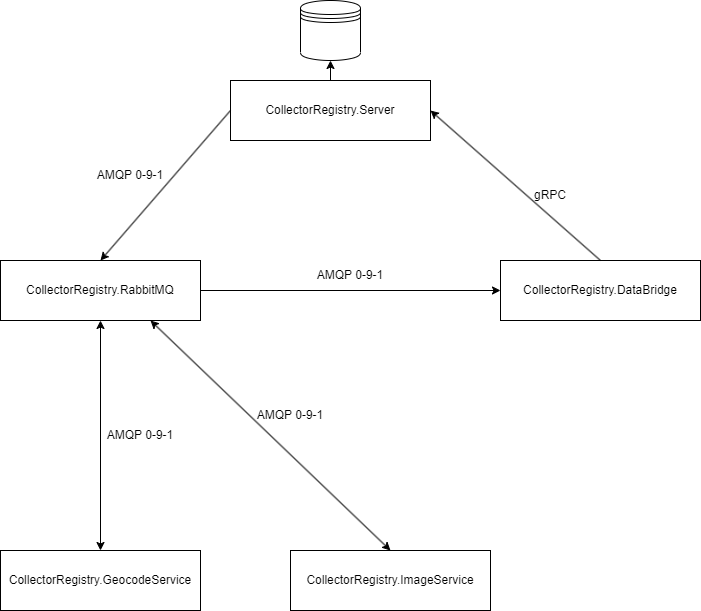
Earlier version of the draw.io export doc/Architecture.drawio.png (srenner/CollectorRegistry). Source tidied: cells renumbered, new cells last; positions are measured from the earlier drawing's top-left corner, leaving out a move shared by most shapes.
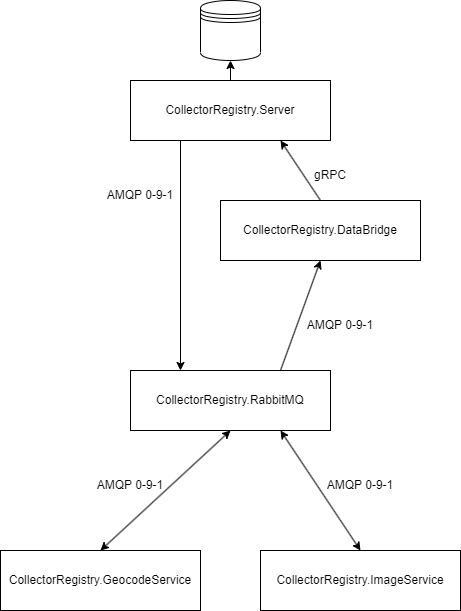
After the change.

Commit message:
update architecture png export

The edit, as a diff of the source:
```diff
@@ -9,49 +9,49 @@
       <mxGeometry x="300" width="60" height="60" as="geometry" />
     </mxCell>
     <mxCell id="4" value="CollectorRegistry.RabbitMQ" style="rounded=0;whiteSpace=wrap;html=1;" parent="1" vertex="1">
-      <mxGeometry y="260" width="200" height="60" as="geometry" />
+      <mxGeometry x="230" y="370" width="200" height="60" as="geometry" />
     </mxCell>
     <mxCell id="5" value="CollectorRegistry.GeocodeService" style="rounded=0;whiteSpace=wrap;html=1;" parent="1" vertex="1">
-      <mxGeometry y="550" width="200" height="60" as="geometry" />
+      <mxGeometry x="100" y="550" width="200" height="60" as="geometry" />
     </mxCell>
     <mxCell id="6" value="CollectorRegistry.DataBridge" style="rounded=0;whiteSpace=wrap;html=1;" parent="1" vertex="1">
-      <mxGeometry x="500" y="260" width="200" height="60" as="geometry" />
+      <mxGeometry x="320" y="200" width="200" height="60" as="geometry" />
     </mxCell>
     <mxCell id="7" style="endArrow=classic;startArrow=classic;html=1;rounded=0;exitX=0.5;exitY=0;exitDx=0;exitDy=0;entryX=0.5;entryY=1;entryDx=0;entryDy=0;" parent="1" edge="1" source="5" target="4">
       <mxGeometry relative="1" as="geometry" />
     </mxCell>
-    <mxCell id="8" style="endArrow=classic;html=1;rounded=0;exitX=1;exitY=0.5;exitDx=0;exitDy=0;entryX=0;entryY=0.5;entryDx=0;entryDy=0;" parent="1" edge="1" source="4" target="6">
+    <mxCell id="8" style="endArrow=classic;html=1;rounded=0;exitX=0.75;exitY=0;exitDx=0;exitDy=0;entryX=0.5;entryY=1;entryDx=0;entryDy=0;" parent="1" edge="1" source="4" target="6">
       <mxGeometry relative="1" as="geometry" />
     </mxCell>
-    <mxCell id="9" style="endArrow=classic;html=1;rounded=0;exitX=0.5;exitY=0;exitDx=0;exitDy=0;entryX=1;entryY=0.5;entryDx=0;entryDy=0;" parent="1" edge="1" source="6" target="2">
+    <mxCell id="9" style="endArrow=classic;html=1;rounded=0;exitX=0.5;exitY=0;exitDx=0;exitDy=0;entryX=0.75;entryY=1;entryDx=0;entryDy=0;" parent="1" edge="1" source="6" target="2">
       <mxGeometry relative="1" as="geometry" />
     </mxCell>
-    <mxCell id="10" style="endArrow=classic;html=1;rounded=0;exitX=0;exitY=0.5;exitDx=0;exitDy=0;entryX=0.5;entryY=0;entryDx=0;entryDy=0;" parent="1" edge="1" source="2" target="4">
+    <mxCell id="10" style="endArrow=classic;html=1;rounded=0;exitX=0.25;exitY=1;exitDx=0;exitDy=0;entryX=0.25;entryY=0;entryDx=0;entryDy=0;" parent="1" edge="1" source="2" target="4">
       <mxGeometry relative="1" as="geometry" />
     </mxCell>
     <mxCell id="11" style="endArrow=classic;html=1;rounded=0;exitX=0.5;exitY=0;exitDx=0;exitDy=0;entryX=0.5;entryY=1;entryDx=0;entryDy=0;" parent="1" edge="1" source="2" target="3">
       <mxGeometry relative="1" as="geometry" />
     </mxCell>
     <mxCell id="12" value="CollectorRegistry.ImageService" style="rounded=0;whiteSpace=wrap;html=1;" parent="1" vertex="1">
-      <mxGeometry x="290" y="550" width="200" height="60" as="geometry" />
+      <mxGeometry x="360" y="550" width="200" height="60" as="geometry" />
     </mxCell>
     <mxCell id="13" style="endArrow=classic;startArrow=classic;html=1;rounded=0;entryX=0.5;entryY=0;entryDx=0;entryDy=0;exitX=0.75;exitY=1;exitDx=0;exitDy=0;" parent="1" edge="1" source="4" target="12">
       <mxGeometry relative="1" as="geometry" />
     </mxCell>
     <mxCell id="14" value="AMQP 0-9-1" style="text;html=1;strokeColor=none;fillColor=none;align=center;verticalAlign=middle;whiteSpace=wrap;rounded=0;" parent="1" vertex="1">
-      <mxGeometry x="80" y="160" width="100" height="30" as="geometry" />
+      <mxGeometry x="190" y="180" width="100" height="30" as="geometry" />
     </mxCell>
     <mxCell id="15" value="gRPC" style="text;html=1;strokeColor=none;fillColor=none;align=center;verticalAlign=middle;whiteSpace=wrap;rounded=0;" parent="1" vertex="1">
-      <mxGeometry x="520" y="180" width="60" height="30" as="geometry" />
+      <mxGeometry x="400" y="160" width="60" height="30" as="geometry" />
     </mxCell>
     <mxCell id="16" value="AMQP 0-9-1" style="text;html=1;strokeColor=none;fillColor=none;align=center;verticalAlign=middle;whiteSpace=wrap;rounded=0;" parent="1" vertex="1">
-      <mxGeometry x="300" y="260" width="100" height="30" as="geometry" />
+      <mxGeometry x="390" y="310" width="100" height="30" as="geometry" />
     </mxCell>
     <mxCell id="17" value="AMQP 0-9-1" style="text;html=1;strokeColor=none;fillColor=none;align=center;verticalAlign=middle;whiteSpace=wrap;rounded=0;" parent="1" vertex="1">
-      <mxGeometry x="240" y="400" width="100" height="30" as="geometry" />
+      <mxGeometry x="410" y="470" width="100" height="30" as="geometry" />
     </mxCell>
     <mxCell id="18" value="AMQP 0-9-1" style="text;html=1;strokeColor=none;fillColor=none;align=center;verticalAlign=middle;whiteSpace=wrap;rounded=0;" parent="1" vertex="1">
-      <mxGeometry x="90" y="420" width="100" height="30" as="geometry" />
+      <mxGeometry x="180" y="470" width="100" height="30" as="geometry" />
     </mxCell>
   </root>
 </mxGraphModel>
```
